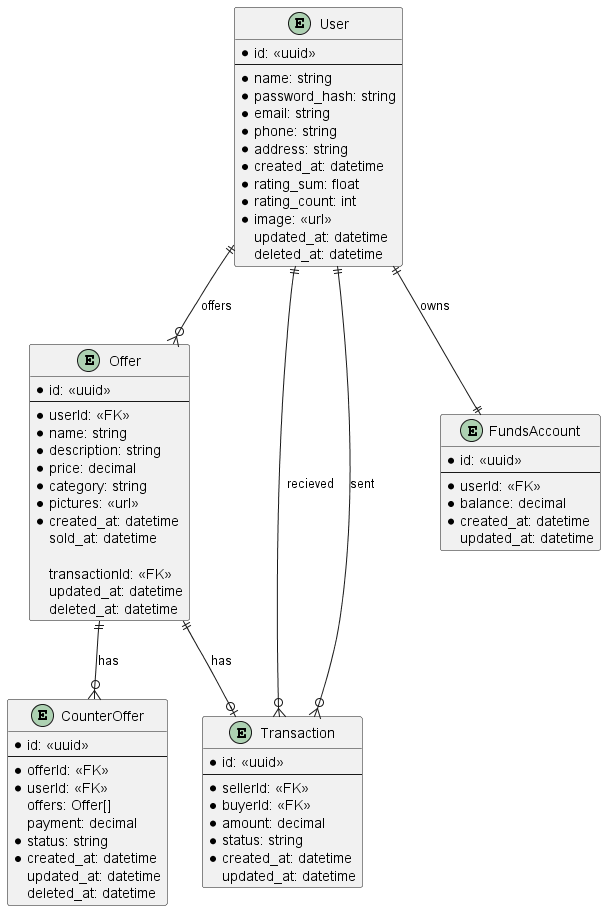
Above: P2P Marketplace.png in Jarda236/p2p-marketplace (PlantUML), before the change.
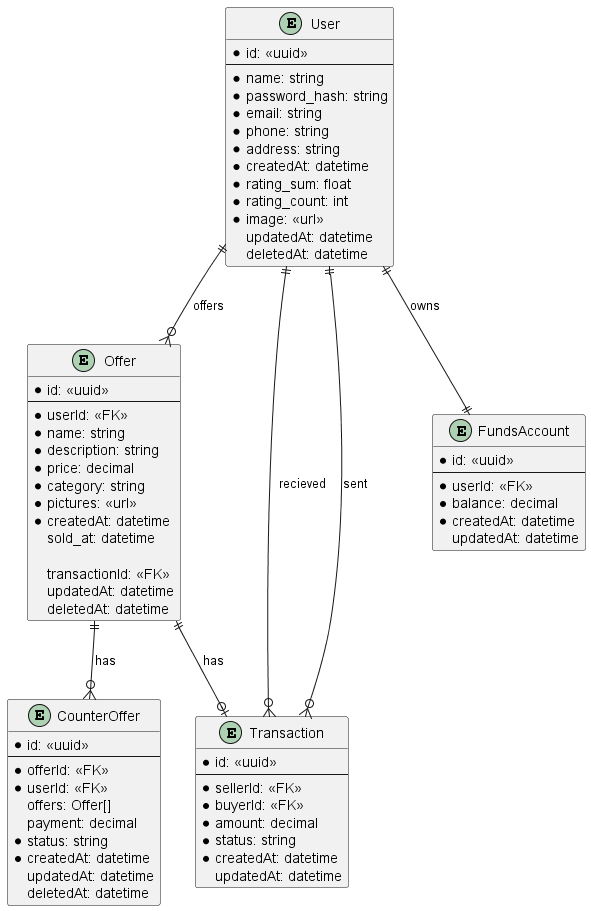
After the change.

Commit message:
fix: naming of atributes

The edit, as a diff of the source:
```diff
@@ -9,12 +9,12 @@
     * price: decimal
     * category: string
     * pictures: <<url>>
-    * created_at: datetime
+    * createdAt: datetime
     sold_at: datetime
 
     transactionId: <<FK>>
-    updated_at: datetime
-    deleted_at: datetime
+    updatedAt: datetime
+    deletedAt: datetime
 }
 
 entity User {
@@ -25,12 +25,12 @@
     * email: string
     * phone: string
     * address: string
-    * created_at: datetime
+    * createdAt: datetime
     *rating_sum: float
     *rating_count: int
     *image: <<url>>
-    updated_at: datetime
-    deleted_at: datetime
+    updatedAt: datetime
+    deletedAt: datetime
 }
 
 entity Transaction {
@@ -40,8 +40,8 @@
     * buyerId: <<FK>>
     * amount: decimal
     * status: string
-    * created_at: datetime
-    updated_at: datetime
+    * createdAt: datetime
+    updatedAt: datetime
 }
 
 entity FundsAccount {
@@ -49,8 +49,8 @@
     --
     * userId: <<FK>>
     * balance: decimal
-    * created_at: datetime
-    updated_at: datetime
+    * createdAt: datetime
+    updatedAt: datetime
 }
 
 entity CounterOffer {
@@ -61,9 +61,9 @@
     offers: Offer[]
     payment: decimal
     *status: string
-    *created_at: datetime
-    updated_at: datetime
-    deleted_at: datetime
+    *createdAt: datetime
+    updatedAt: datetime
+    deletedAt: datetime
 }
 
 User ||--o{ Offer : offers
```
